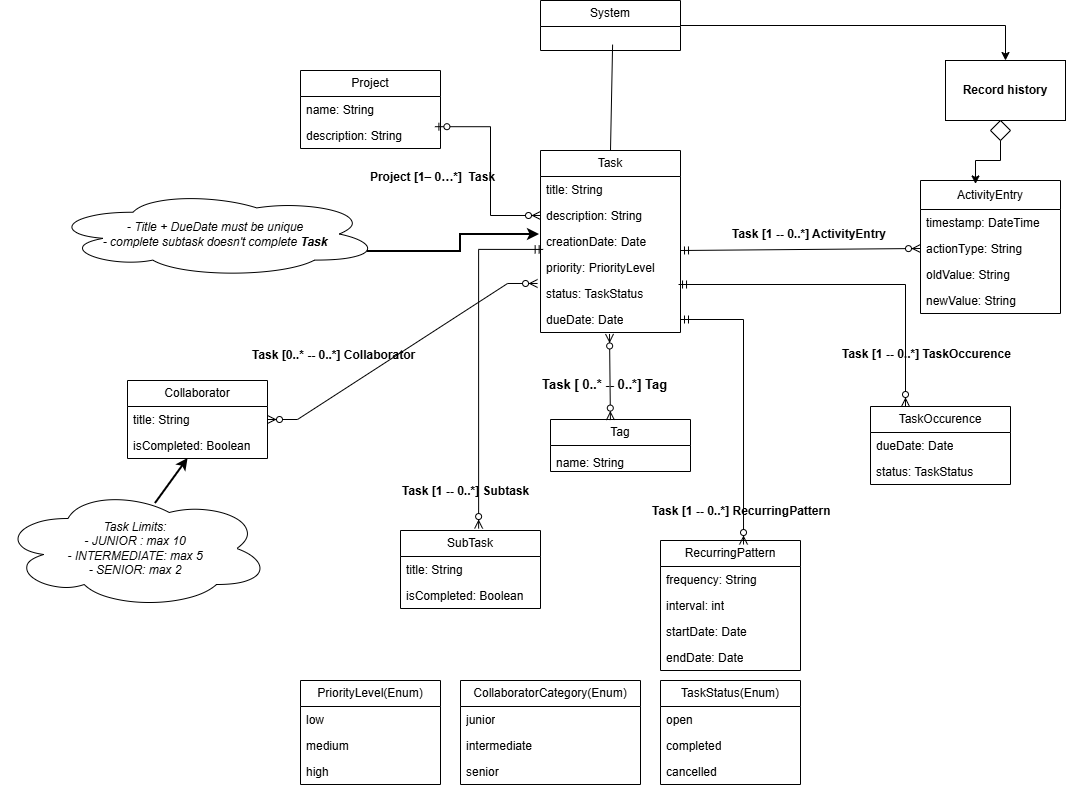
The draw.io diagram Iteration 2/System Diagrams/UML domain model.png in Shooter-06/SOEN-342-Project, before a commit. Source tidied: cells renumbered, new cells last; positions are measured from the earlier drawing's top-left corner, leaving out a move shared by most shapes.
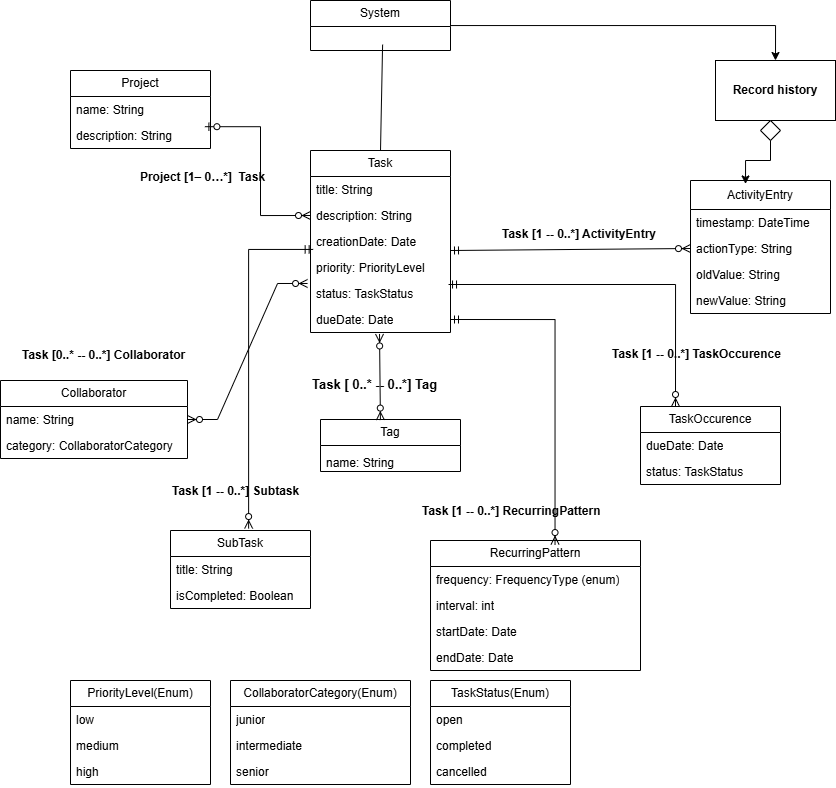
After the change.

Diff of the diagram source:
```diff
@@ -145,19 +145,19 @@
       <mxGeometry y="78" width="180" height="26" as="geometry" />
     </mxCell>
     <mxCell id="48" value="RecurringPattern" style="swimlane;fontStyle=0;horizontal=1;startSize=26;fillColor=none;whiteSpace=wrap;html=1;" parent="1" vertex="1">
-      <mxGeometry x="660" y="540" width="140" height="130" as="geometry" />
+      <mxGeometry x="660" y="540" width="210" height="130" as="geometry" />
     </mxCell>
-    <mxCell id="49" value="frequency: String" style="text;strokeColor=none;fillColor=none;align=left;verticalAlign=top;spacingLeft=4;spacingRight=4;overflow=hidden;whiteSpace=wrap;html=1;" parent="48" vertex="1">
-      <mxGeometry y="26" width="140" height="26" as="geometry" />
+    <mxCell id="49" value="frequency: FrequencyType (enum)" style="text;strokeColor=none;fillColor=none;align=left;verticalAlign=top;spacingLeft=4;spacingRight=4;overflow=hidden;whiteSpace=wrap;html=1;" parent="48" vertex="1">
+      <mxGeometry y="26" width="210" height="26" as="geometry" />
     </mxCell>
     <mxCell id="50" value="interval: int" style="text;strokeColor=none;fillColor=none;align=left;verticalAlign=top;spacingLeft=4;spacingRight=4;overflow=hidden;whiteSpace=wrap;html=1;" parent="48" vertex="1">
-      <mxGeometry y="52" width="140" height="26" as="geometry" />
+      <mxGeometry y="52" width="210" height="26" as="geometry" />
     </mxCell>
     <mxCell id="51" value="startDate: Date" style="text;strokeColor=none;fillColor=none;align=left;verticalAlign=top;spacingLeft=4;spacingRight=4;overflow=hidden;whiteSpace=wrap;html=1;" parent="48" vertex="1">
-      <mxGeometry y="78" width="140" height="26" as="geometry" />
+      <mxGeometry y="78" width="210" height="26" as="geometry" />
     </mxCell>
     <mxCell id="52" value="endDate: Date" style="text;strokeColor=none;fillColor=none;align=left;verticalAlign=top;spacingLeft=4;spacingRight=4;overflow=hidden;whiteSpace=wrap;html=1;" parent="48" vertex="1">
-      <mxGeometry y="104" width="140" height="26" as="geometry" />
+      <mxGeometry y="104" width="210" height="26" as="geometry" />
     </mxCell>
     <mxCell id="53" value="TaskOccurence" style="swimlane;fontStyle=0;horizontal=1;startSize=26;fillColor=none;whiteSpace=wrap;html=1;" parent="1" vertex="1">
       <mxGeometry x="870" y="406" width="140" height="78" as="geometry" />
@@ -181,13 +181,13 @@
       <mxGeometry x="840" y="340" width="190" height="20" as="geometry" />
     </mxCell>
     <mxCell id="60" value="Collaborator" style="swimlane;fontStyle=0;horizontal=1;startSize=26;fillColor=none;whiteSpace=wrap;html=1;" parent="1" vertex="1">
-      <mxGeometry x="127" y="380" width="140" height="78" as="geometry" />
+      <mxGeometry x="230" y="380" width="187" height="78" as="geometry" />
     </mxCell>
-    <mxCell id="61" value="title: String" style="text;strokeColor=none;fillColor=none;align=left;verticalAlign=top;spacingLeft=4;spacingRight=4;overflow=hidden;points=[[0,0.5],[1,0.5]];portConstraint=eastwest;whiteSpace=wrap;html=1;" parent="60" vertex="1">
-      <mxGeometry y="26" width="140" height="26" as="geometry" />
+    <mxCell id="61" value="name: String" style="text;strokeColor=none;fillColor=none;align=left;verticalAlign=top;spacingLeft=4;spacingRight=4;overflow=hidden;points=[[0,0.5],[1,0.5]];portConstraint=eastwest;whiteSpace=wrap;html=1;" parent="60" vertex="1">
+      <mxGeometry y="26" width="187" height="26" as="geometry" />
     </mxCell>
-    <mxCell id="62" value="isCompleted: Boolean" style="text;strokeColor=none;fillColor=none;align=left;verticalAlign=top;spacingLeft=4;spacingRight=4;overflow=hidden;points=[[0,0.5],[1,0.5]];portConstraint=eastwest;whiteSpace=wrap;html=1;" parent="60" vertex="1">
-      <mxGeometry y="52" width="140" height="26" as="geometry" />
+    <mxCell id="62" value="category: CollaboratorCategory" style="text;strokeColor=none;fillColor=none;align=left;verticalAlign=top;spacingLeft=4;spacingRight=4;overflow=hidden;points=[[0,0.5],[1,0.5]];portConstraint=eastwest;whiteSpace=wrap;html=1;" parent="60" vertex="1">
+      <mxGeometry y="52" width="187" height="26" as="geometry" />
     </mxCell>
     <mxCell id="63" value="&lt;div style=&quot;text-align: center;&quot;&gt;&lt;div&gt;&lt;b&gt;Task [0..* -- 0..*]&amp;nbsp;&lt;/b&gt;&lt;span style=&quot;background-color: transparent; color: light-dark(rgb(0, 0, 0), rgb(255, 255, 255));&quot;&gt;&lt;b&gt;Collaborator&lt;/b&gt;&lt;/span&gt;&lt;/div&gt;&lt;/div&gt;" style="text;whiteSpace=wrap;html=1;" parent="1" vertex="1">
       <mxGeometry x="250" y="341" width="183" height="29" as="geometry" />
@@ -195,17 +195,5 @@
     <mxCell id="64" style="edgeStyle=entityRelationEdgeStyle;fontSize=12;html=1;endArrow=ERzeroToMany;endFill=1;startArrow=ERzeroToMany;rounded=0;entryX=-0.021;entryY=0.115;entryDx=0;entryDy=0;entryPerimeter=0;exitX=1;exitY=0.5;exitDx=0;exitDy=0;" parent="1" edge="1" source="61" target="10">
       <mxGeometry relative="1" as="geometry" />
     </mxCell>
-    <mxCell id="65" style="rounded=0;jettySize=auto;html=1;strokeWidth=2;exitX=0.574;exitY=0.125;exitDx=0;exitDy=0;exitPerimeter=0;" parent="1" edge="1" source="66" target="62">
-      <mxGeometry relative="1" as="geometry" />
-    </mxCell>
-    <mxCell id="66" value="&lt;i&gt;Task Limits:&lt;/i&gt;&lt;div&gt;&lt;i&gt;- JUNIOR : max 10&lt;/i&gt;&lt;/div&gt;&lt;div&gt;&lt;i&gt;- INTERMEDIATE: max 5&lt;/i&gt;&lt;/div&gt;&lt;div&gt;&lt;i&gt;- SENIOR: max 2&lt;/i&gt;&lt;/div&gt;" style="ellipse;shape=cloud;whiteSpace=wrap;html=1;" parent="1" vertex="1">
-      <mxGeometry y="488" width="270" height="120" as="geometry" />
-    </mxCell>
-    <mxCell id="67" value="&lt;i&gt;- Title + DueDate must be unique&lt;/i&gt;&lt;div&gt;&lt;i&gt;- complete subtask doesn't complete &lt;b&gt;Task&lt;/b&gt;&lt;/i&gt;&lt;/div&gt;" style="ellipse;shape=cloud;whiteSpace=wrap;html=1;" parent="1" vertex="1">
-      <mxGeometry x="50" y="190" width="330" height="87" as="geometry" />
-    </mxCell>
-    <mxCell id="68" style="edgeStyle=orthogonalEdgeStyle;rounded=0;jettySize=auto;html=1;exitX=0.96;exitY=0.7;exitDx=0;exitDy=0;exitPerimeter=0;entryX=-0.007;entryY=0.231;entryDx=0;entryDy=0;entryPerimeter=0;strokeWidth=2;" parent="1" edge="1" source="67" target="8">
-      <mxGeometry relative="1" as="geometry" />
-    </mxCell>
   </root>
 </mxGraphModel>
```
